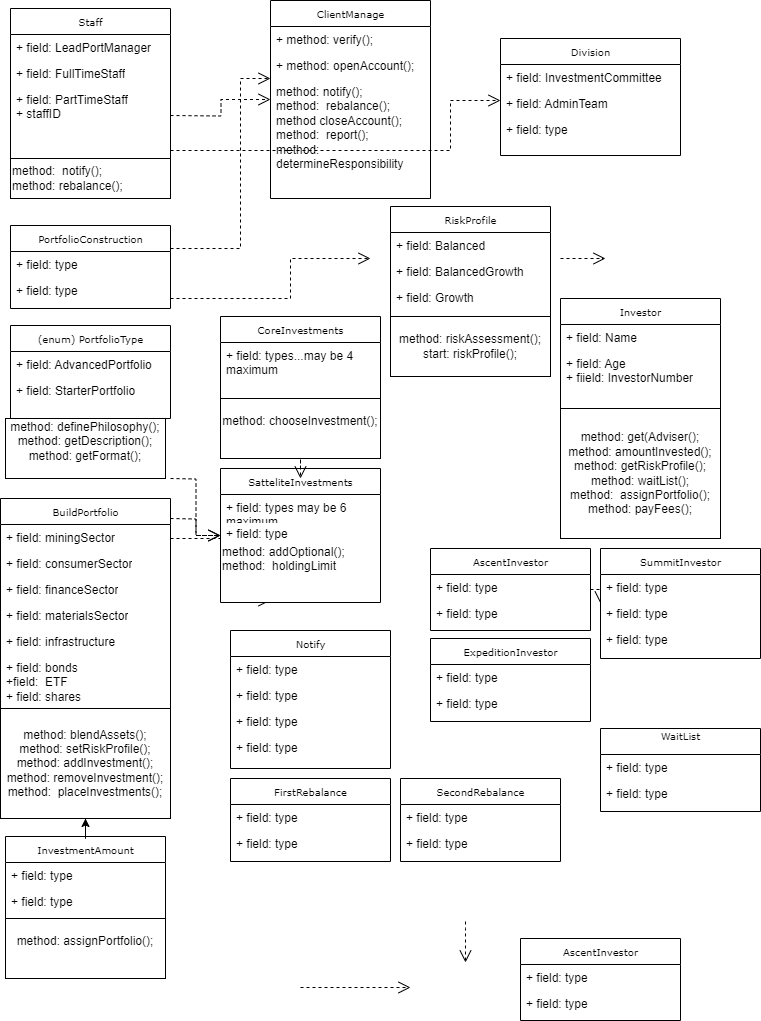
jimmyjazz31/CS665Assign5 keeps this draw.io diagram as ClassProjectclass1.drawio.png. Above is the earlier version. Source tidied: cells renumbered, new cells last; positions are measured from the earlier drawing's top-left corner, leaving out a move shared by most shapes.
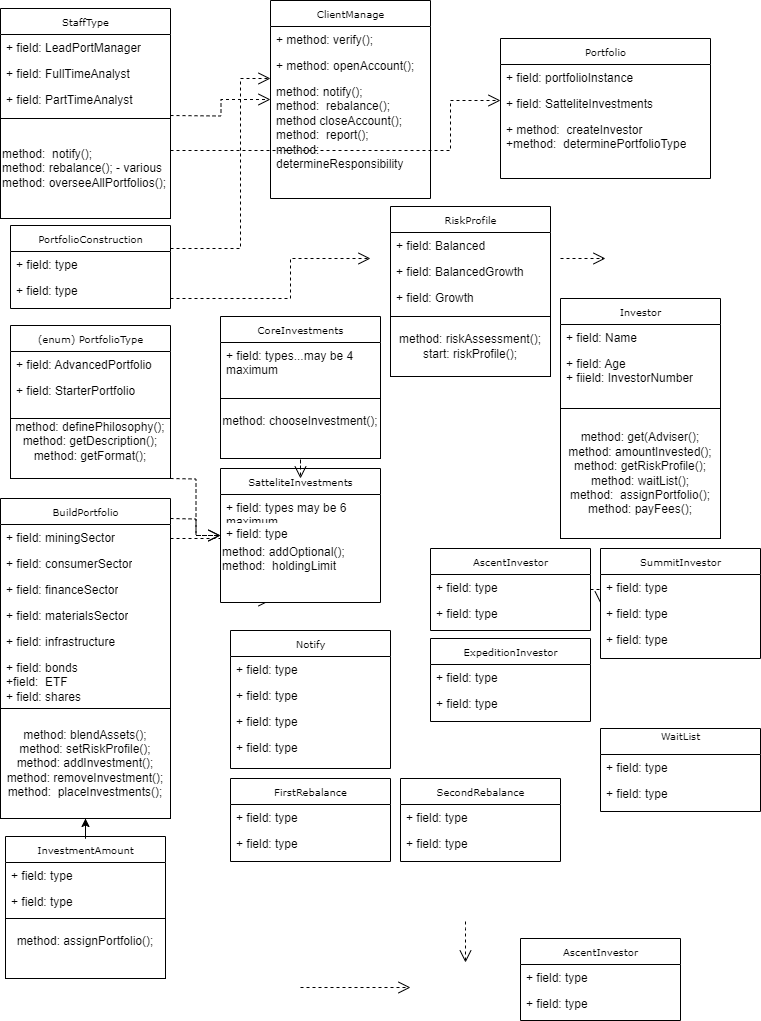
After the commit.

The edit, as a diff of the source:
```diff
@@ -23,17 +23,17 @@
     <mxCell id="8" value="method: notify();&lt;div&gt;method:&amp;nbsp; rebalance();&lt;/div&gt;&lt;div&gt;method closeAccount();&lt;/div&gt;&lt;div&gt;method:&amp;nbsp; report();&lt;/div&gt;&lt;div&gt;method:&amp;nbsp; determineResponsibility&lt;/div&gt;" style="text;html=1;strokeColor=none;fillColor=none;align=left;verticalAlign=top;spacingLeft=4;spacingRight=4;whiteSpace=wrap;overflow=hidden;" parent="5" vertex="1">
       <mxGeometry y="78" width="160" height="92" as="geometry" />
     </mxCell>
-    <mxCell id="9" value="Division" style="swimlane;html=1;fontStyle=0;horizontal=1;startSize=26;fillColor=none;swimlaneFillColor=#ffffff;rounded=0;shadow=0;comic=0;labelBackgroundColor=none;strokeWidth=1;fontFamily=Verdana;fontSize=10;align=center;" parent="1" vertex="1">
-      <mxGeometry x="500" y="38" width="180" height="117" as="geometry" />
+    <mxCell id="9" value="Portfolio" style="swimlane;html=1;fontStyle=0;horizontal=1;startSize=26;fillColor=none;swimlaneFillColor=#ffffff;rounded=0;shadow=0;comic=0;labelBackgroundColor=none;strokeWidth=1;fontFamily=Verdana;fontSize=10;align=center;" parent="1" vertex="1">
+      <mxGeometry x="500" y="38" width="210" height="140" as="geometry" />
     </mxCell>
-    <mxCell id="10" value="+ field: InvestmentCommittee" style="text;html=1;strokeColor=none;fillColor=none;align=left;verticalAlign=top;spacingLeft=4;spacingRight=4;whiteSpace=wrap;overflow=hidden;" parent="9" vertex="1">
-      <mxGeometry y="26" width="180" height="26" as="geometry" />
+    <mxCell id="10" value="+ field: portfolioInstance" style="text;html=1;strokeColor=none;fillColor=none;align=left;verticalAlign=top;spacingLeft=4;spacingRight=4;whiteSpace=wrap;overflow=hidden;" parent="9" vertex="1">
+      <mxGeometry y="26" width="210" height="26" as="geometry" />
     </mxCell>
-    <mxCell id="11" value="+ field: AdminTeam" style="text;html=1;strokeColor=none;fillColor=none;align=left;verticalAlign=top;spacingLeft=4;spacingRight=4;whiteSpace=wrap;overflow=hidden;" parent="9" vertex="1">
-      <mxGeometry y="52" width="180" height="26" as="geometry" />
+    <mxCell id="11" value="+ field: SatteliteInvestments" style="text;html=1;strokeColor=none;fillColor=none;align=left;verticalAlign=top;spacingLeft=4;spacingRight=4;whiteSpace=wrap;overflow=hidden;" parent="9" vertex="1">
+      <mxGeometry y="52" width="210" height="26" as="geometry" />
     </mxCell>
-    <mxCell id="12" value="+ field: type" style="text;html=1;strokeColor=none;fillColor=none;align=left;verticalAlign=top;spacingLeft=4;spacingRight=4;whiteSpace=wrap;overflow=hidden;" parent="9" vertex="1">
-      <mxGeometry y="78" width="180" height="26" as="geometry" />
+    <mxCell id="12" value="+ method:&amp;nbsp; createInvestor&lt;div&gt;+method:&amp;nbsp; determinePortfolioType&lt;/div&gt;" style="text;html=1;strokeColor=none;fillColor=none;align=left;verticalAlign=top;spacingLeft=4;spacingRight=4;whiteSpace=wrap;overflow=hidden;" parent="9" vertex="1">
+      <mxGeometry y="78" width="210" height="42" as="geometry" />
     </mxCell>
     <mxCell id="13" value="ExpeditionInvestor" style="swimlane;html=1;fontStyle=0;horizontal=1;startSize=26;fillColor=none;swimlaneFillColor=#ffffff;rounded=0;shadow=0;comic=0;labelBackgroundColor=none;strokeWidth=1;fontFamily=Verdana;fontSize=10;align=center;" parent="1" vertex="1">
       <mxGeometry x="430" y="638" width="160" height="83" as="geometry" />
@@ -178,17 +178,17 @@
     <mxCell id="44" value="+ field: type" style="text;html=1;strokeColor=none;fillColor=none;align=left;verticalAlign=top;spacingLeft=4;spacingRight=4;whiteSpace=wrap;overflow=hidden;" parent="42" vertex="1">
       <mxGeometry y="52" width="160" height="26" as="geometry" />
     </mxCell>
-    <mxCell id="45" value="Staff" style="swimlane;html=1;fontStyle=0;horizontal=1;startSize=26;fillColor=none;swimlaneFillColor=#ffffff;rounded=0;shadow=0;comic=0;labelBackgroundColor=none;strokeWidth=1;fontFamily=Verdana;fontSize=10;align=center;" parent="1" vertex="1">
-      <mxGeometry x="10" y="8" width="160" height="150" as="geometry" />
+    <mxCell id="45" value="StaffType" style="swimlane;html=1;fontStyle=0;horizontal=1;startSize=26;fillColor=none;swimlaneFillColor=#ffffff;rounded=0;shadow=0;comic=0;labelBackgroundColor=none;strokeWidth=1;fontFamily=Verdana;fontSize=10;align=center;" parent="1" vertex="1">
+      <mxGeometry y="8" width="170" height="110" as="geometry" />
     </mxCell>
     <mxCell id="46" value="+ field: LeadPortManager" style="text;html=1;strokeColor=none;fillColor=none;align=left;verticalAlign=top;spacingLeft=4;spacingRight=4;whiteSpace=wrap;overflow=hidden;" parent="45" vertex="1">
-      <mxGeometry y="26" width="160" height="26" as="geometry" />
+      <mxGeometry y="26" width="170" height="26" as="geometry" />
     </mxCell>
-    <mxCell id="47" value="+ field: FullTimeStaff" style="text;html=1;strokeColor=none;fillColor=none;align=left;verticalAlign=top;spacingLeft=4;spacingRight=4;whiteSpace=wrap;overflow=hidden;" parent="45" vertex="1">
-      <mxGeometry y="52" width="160" height="26" as="geometry" />
+    <mxCell id="47" value="+ field: FullTimeAnalyst" style="text;html=1;strokeColor=none;fillColor=none;align=left;verticalAlign=top;spacingLeft=4;spacingRight=4;whiteSpace=wrap;overflow=hidden;" parent="45" vertex="1">
+      <mxGeometry y="52" width="170" height="26" as="geometry" />
     </mxCell>
-    <mxCell id="48" value="+ field: PartTimeStaff&lt;div&gt;+ staffID&lt;/div&gt;" style="text;html=1;strokeColor=none;fillColor=none;align=left;verticalAlign=top;spacingLeft=4;spacingRight=4;whiteSpace=wrap;overflow=hidden;" parent="45" vertex="1">
-      <mxGeometry y="78" width="160" height="42" as="geometry" />
+    <mxCell id="48" value="+ field: PartTimeAnalyst&lt;div&gt;&lt;br&gt;&lt;/div&gt;" style="text;html=1;strokeColor=none;fillColor=none;align=left;verticalAlign=top;spacingLeft=4;spacingRight=4;whiteSpace=wrap;overflow=hidden;" parent="45" vertex="1">
+      <mxGeometry y="78" width="170" height="32" as="geometry" />
     </mxCell>
     <mxCell id="49" value="CoreInvestments" style="swimlane;html=1;fontStyle=0;horizontal=1;startSize=26;fillColor=none;swimlaneFillColor=#ffffff;rounded=0;shadow=0;comic=0;labelBackgroundColor=none;strokeWidth=1;fontFamily=Verdana;fontSize=10;align=center;" parent="1" vertex="1">
       <mxGeometry x="220" y="316" width="160" height="82" as="geometry" />
@@ -217,8 +217,8 @@
     <mxCell id="57" value="method: get(Adviser();&lt;div&gt;method: amountInvested();&lt;div&gt;method: getRiskProfile();&lt;/div&gt;&lt;div&gt;method: waitList();&lt;/div&gt;&lt;div&gt;method:&amp;nbsp; assignPortfolio();&lt;/div&gt;&lt;div&gt;method: payFees();&lt;/div&gt;&lt;/div&gt;" style="rounded=0;whiteSpace=wrap;html=1;" parent="1" vertex="1">
       <mxGeometry x="560" y="408" width="160" height="130" as="geometry" />
     </mxCell>
-    <mxCell id="58" value="method:&amp;nbsp; notify();&lt;div&gt;method: rebalance();&lt;/div&gt;" style="rounded=0;whiteSpace=wrap;html=1;align=left;" parent="1" vertex="1">
-      <mxGeometry x="10" y="158" width="160" height="40" as="geometry" />
+    <mxCell id="58" value="method:&amp;nbsp; notify();&lt;div&gt;method: rebalance(); - various&lt;/div&gt;&lt;div&gt;method: overseeAllPortfolios();&lt;/div&gt;" style="rounded=0;whiteSpace=wrap;html=1;align=left;" parent="1" vertex="1">
+      <mxGeometry y="118" width="170" height="100" as="geometry" />
     </mxCell>
     <mxCell id="59" style="edgeStyle=orthogonalEdgeStyle;rounded=0;html=1;dashed=1;labelBackgroundColor=none;startFill=0;endArrow=open;endFill=0;endSize=10;fontFamily=Verdana;fontSize=10;" parent="1" edge="1" target="62">
       <mxGeometry relative="1" as="geometry">
@@ -306,7 +306,7 @@
       <mxGeometry x="5" y="918" width="160" height="60" as="geometry" />
     </mxCell>
     <mxCell id="86" value="method: definePhilosophy();&lt;div&gt;method: getDescription();&lt;/div&gt;&lt;div&gt;method: getFormat();&lt;br&gt;&lt;div&gt;&lt;br&gt;&lt;/div&gt;&lt;/div&gt;" style="rounded=0;whiteSpace=wrap;html=1;" parent="1" vertex="1">
-      <mxGeometry x="5" y="418" width="160" height="60" as="geometry" />
+      <mxGeometry x="10" y="418" width="160" height="60" as="geometry" />
     </mxCell>
     <mxCell id="87" value="WaitList&lt;div&gt;&lt;br&gt;&lt;/div&gt;" style="swimlane;html=1;fontStyle=0;horizontal=1;startSize=26;fillColor=none;swimlaneFillColor=#ffffff;rounded=0;shadow=0;comic=0;labelBackgroundColor=none;strokeWidth=1;fontFamily=Verdana;fontSize=10;align=center;" parent="1" vertex="1">
       <mxGeometry x="600" y="728" width="160" height="83" as="geometry" />
```
